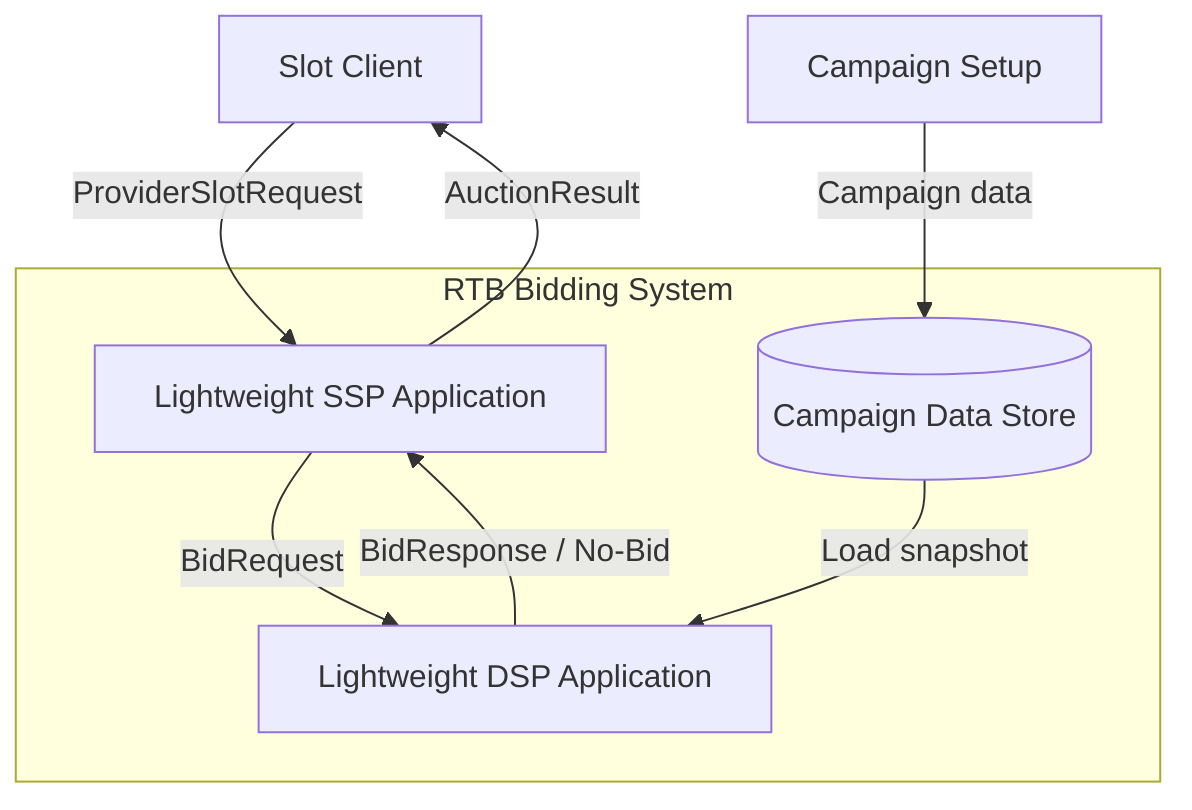
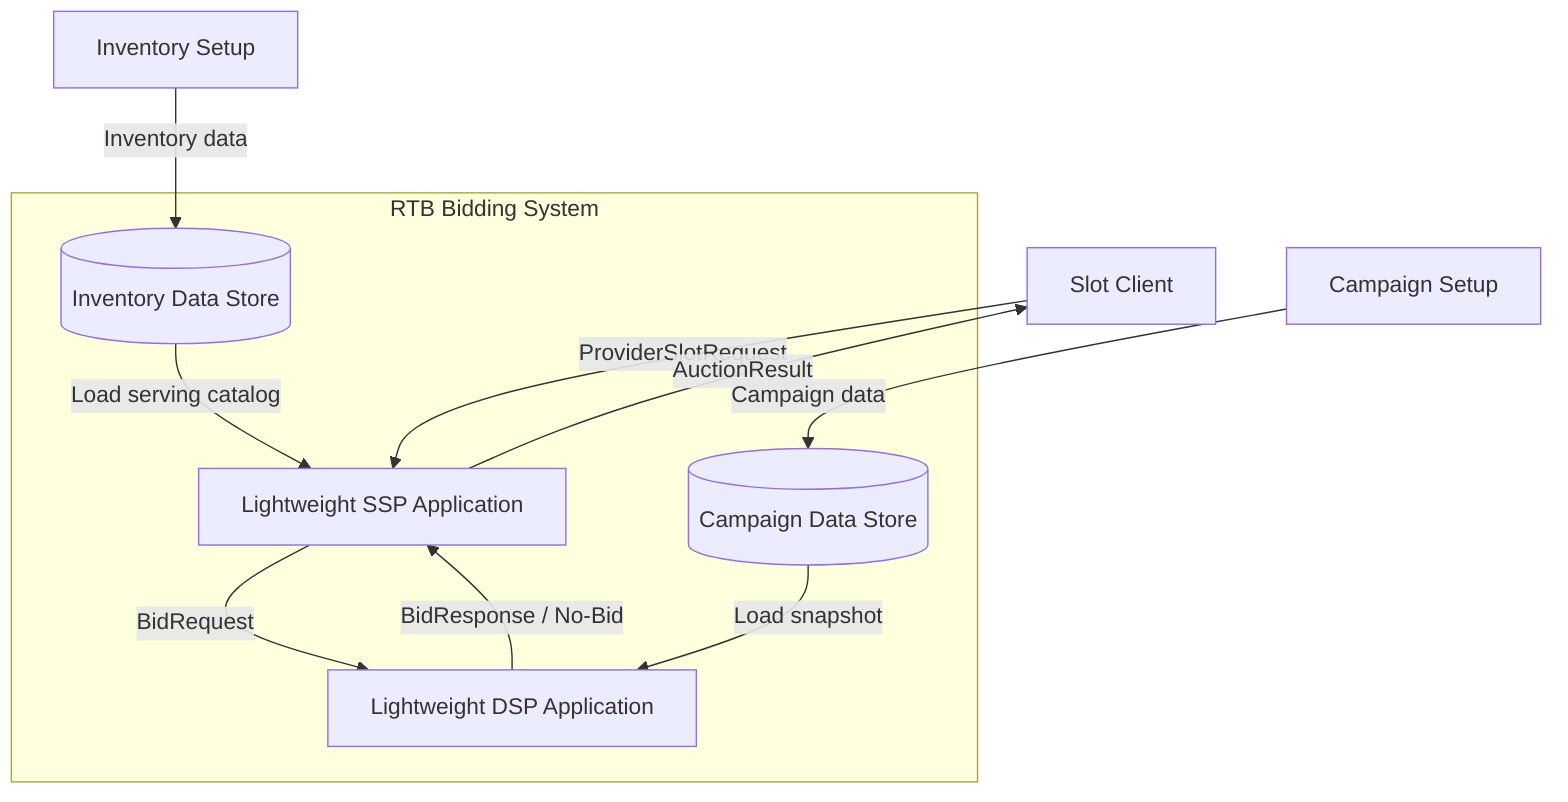
flowchart TB
    client["Slot Client"]
    advertiser["Campaign Setup"]
+     inventoryOwner["Inventory Setup"]

    subgraph boundary["RTB Bidding System"]
        ssp["Lightweight SSP Application"]
        dsp["Lightweight DSP Application"]
-         store[("Campaign Data Store")]
+         inventoryStore[("Inventory Data Store")]
+         campaignStore[("Campaign Data Store")]
    end

    client -->|"ProviderSlotRequest"| ssp
    ssp -->|"AuctionResult"| client

    ssp -->|"BidRequest"| dsp
    dsp -->|"BidResponse / No-Bid"| ssp

-     advertiser -->|"Campaign data"| store
-     store -->|"Load snapshot"| dsp
+     inventoryOwner -->|"Inventory data"| inventoryStore
+     inventoryStore -->|"Load serving catalog"| ssp
+ 
+     advertiser -->|"Campaign data"| campaignStore
+     campaignStore -->|"Load snapshot"| dsp
